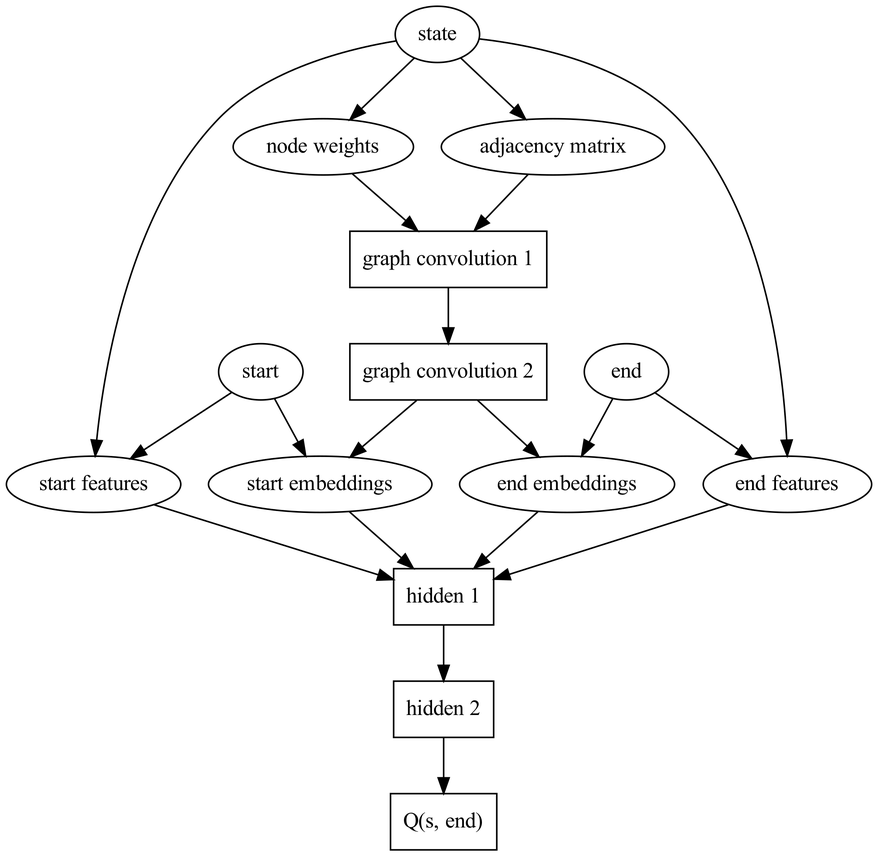
basictask/TrafficControl keeps this Graphviz diagram as doc/graphs/gcnn_action.png. Above is the earlier version. Its source is kept beside it as doc/graphs/gcnn_action.dot.
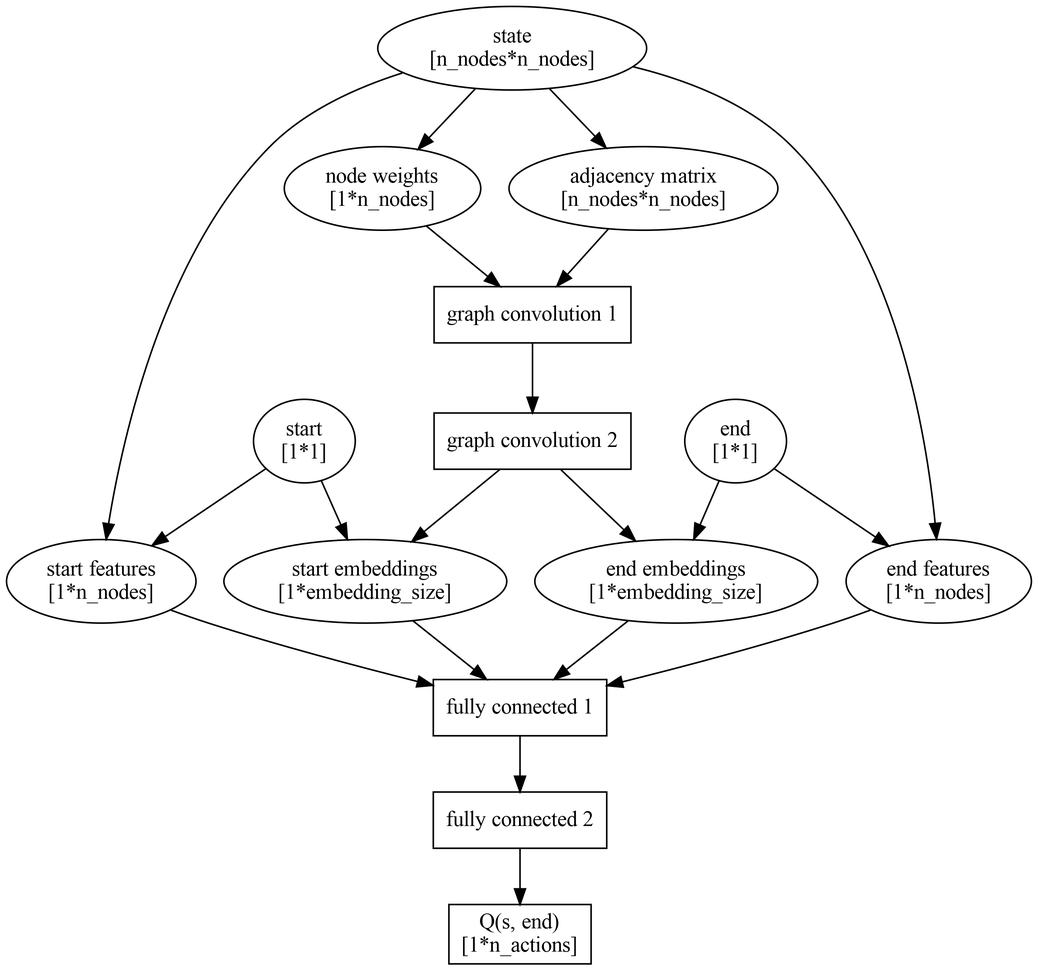
Above is the later version.

Diff of the diagram source:
```diff
@@ -1,19 +1,19 @@
 digraph "gcnn_action" {
     graph [dpi = 300];
-    state [label = "state"]
-    start [label = "start"]
-    end [label = "end"]
-    feat [label = "node weights"]
-    adj [label = "adjacency matrix"]
+    state [label = "state\n[n_nodes*n_nodes]"]
+    start [label = "start\n[1*1]"]
+    end [label = "end\n[1*1]"]
+    feat [label = "node weights\n[1*n_nodes]"]
+    adj [label = "adjacency matrix\n[n_nodes*n_nodes]"]
     gc1 [label = "graph convolution 1", shape=box]
     gc2 [label = "graph convolution 2", shape=box]
-    start_embeds [label = "start embeddings"]
-    end_embeds [label = "end embeddings"]
-    start_feats [label = "start features"]
-    end_feats [label = "end features"]
-    h1 [label = "hidden 1", shape=box]
-    h2 [label = "hidden 2", shape=box]
-    end_q [label = "Q(s, end)", shape=box]
+    start_embeds [label = "start embeddings\n[1*embedding_size]"]
+    end_embeds [label = "end embeddings\n[1*embedding_size]"]
+    start_feats [label = "start features\n[1*n_nodes]"]
+    end_feats [label = "end features\n[1*n_nodes]"]
+    h1 [label = "fully connected 1", shape=box]
+    h2 [label = "fully connected 2", shape=box]
+    end_q [label = "Q(s, end)\n[1*n_actions]", shape=box]
 
     state -> feat
     state -> adj
```
